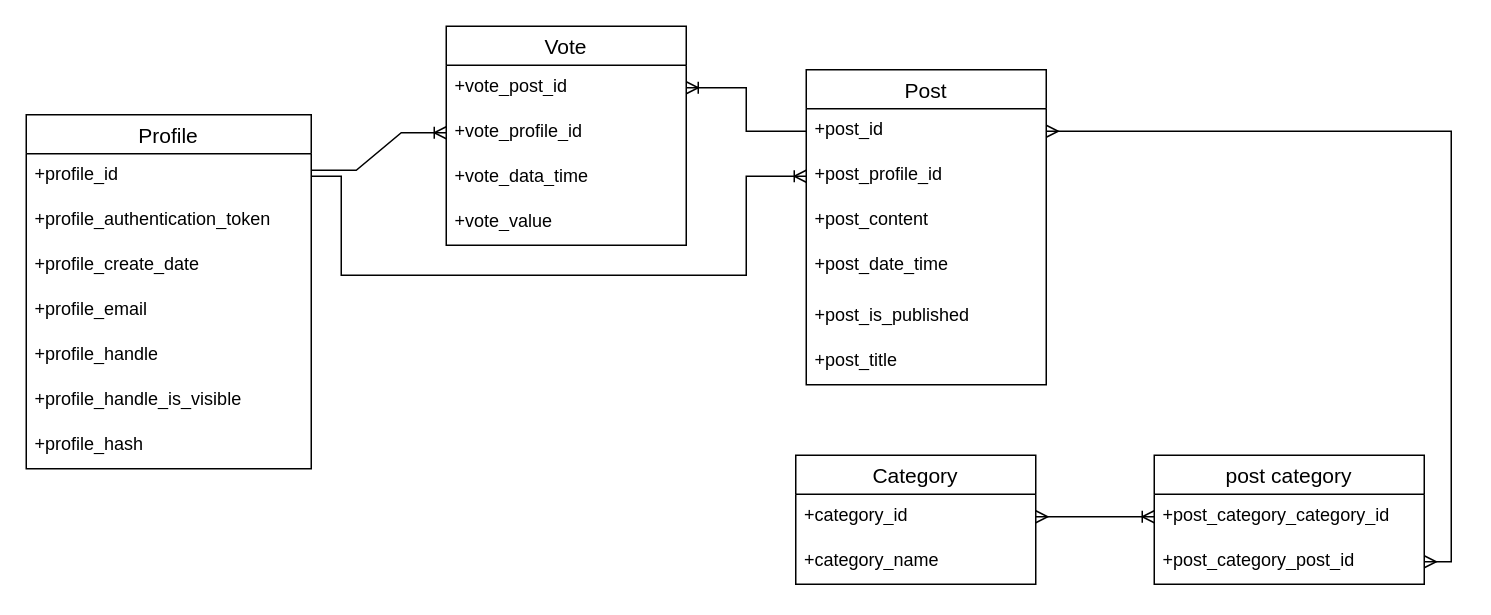
Before: Entity Relationship Diagram.drawio in dreamy-dream-team/dream-team, a draw.io diagram. Source tidied: cells renumbered, new cells numbered last; positions are measured from the earlier drawing's top-left corner, leaving out a move shared by most shapes. Both pictures are drawn from the tidied source at 150%, with x=0, y=0 at pixel (26, 26).
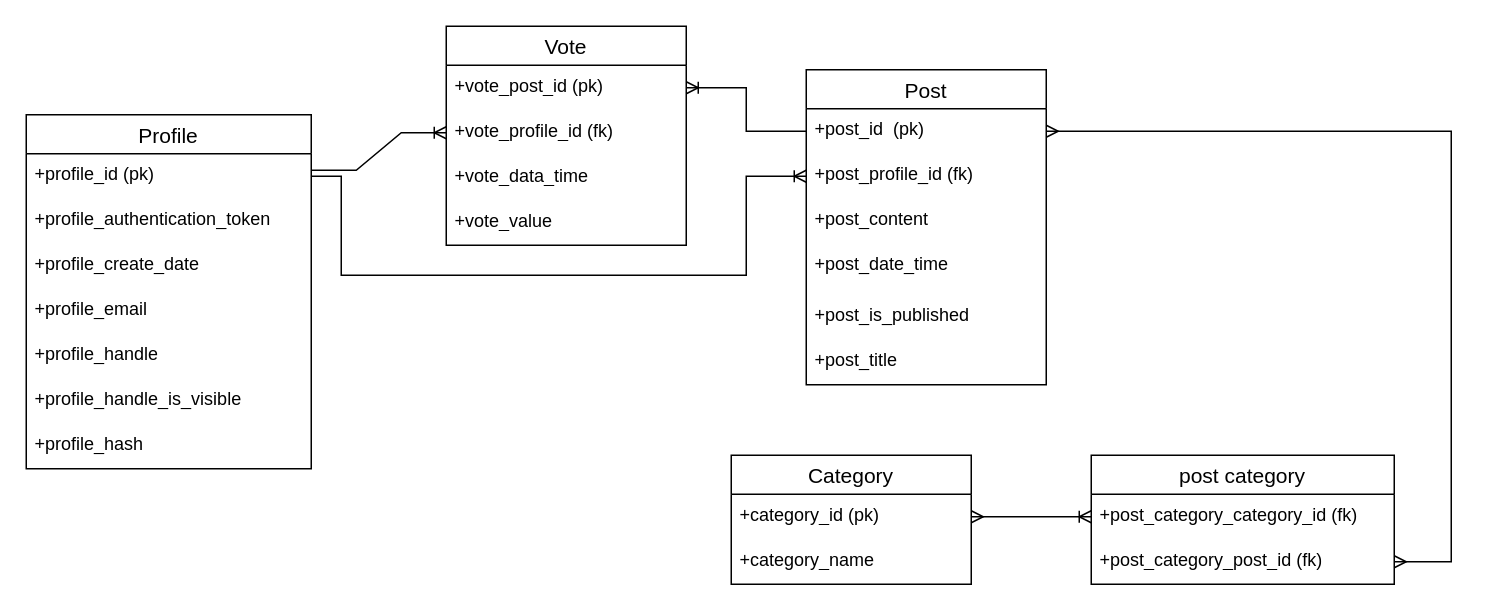
The same page after the edit.

The change refers to these unchanged cells:
```xml
<mxCell id="2" value="Post" style="swimlane;fontStyle=0;horizontal=1;startSize=26;align=center;fontSize=14;" parent="1" vertex="1">
  <mxGeometry x="520" y="29" width="160" height="210" as="geometry" />
</mxCell>
<mxCell id="9" value="Profile" style="swimlane;fontStyle=0;horizontal=1;startSize=26;align=center;fontSize=14;" parent="1" vertex="1">
  <mxGeometry y="59" width="190" height="236" as="geometry" />
</mxCell>
<mxCell id="17" value="Vote" style="swimlane;fontStyle=0;horizontal=1;startSize=26;align=center;fontSize=14;" parent="1" vertex="1">
  <mxGeometry x="280" width="160" height="146" as="geometry" />
</mxCell>
```

Diff of the diagram source:
```diff
@@
-    <mxCell id="3" value="+post_id&lt;span style=&quot;white-space: pre;&quot;&gt; &lt;/span&gt;" style="text;strokeColor=none;fillColor=none;spacingLeft=4;spacingRight=4;overflow=hidden;points=[[0,0.5],[1,0.5]];portConstraint=eastwest;fontSize=12;whiteSpace=wrap;html=1;" parent="2" vertex="1">
+    <mxCell id="3" value="+post_id&lt;span style=&quot;white-space: pre;&quot;&gt;  (pk)&lt;/span&gt;" style="text;strokeColor=none;fillColor=none;spacingLeft=4;spacingRight=4;overflow=hidden;points=[[0,0.5],[1,0.5]];portConstraint=eastwest;fontSize=12;whiteSpace=wrap;html=1;" parent="2" vertex="1">
       <mxGeometry y="26" width="160" height="30" as="geometry" />
     </mxCell>
-    <mxCell id="4" value="+post_profile_id" style="text;strokeColor=none;fillColor=none;spacingLeft=4;spacingRight=4;overflow=hidden;points=[[0,0.5],[1,0.5]];portConstraint=eastwest;fontSize=12;whiteSpace=wrap;html=1;" parent="2" vertex="1">
+    <mxCell id="4" value="+post_profile_id (fk)" style="text;strokeColor=none;fillColor=none;spacingLeft=4;spacingRight=4;overflow=hidden;points=[[0,0.5],[1,0.5]];portConstraint=eastwest;fontSize=12;whiteSpace=wrap;html=1;" parent="2" vertex="1">
       <mxGeometry y="56" width="160" height="30" as="geometry" />
     </mxCell>
@@
-    <mxCell id="10" value="+profile_id" style="text;strokeColor=none;fillColor=none;spacingLeft=4;spacingRight=4;overflow=hidden;points=[[0,0.5],[1,0.5]];portConstraint=eastwest;fontSize=12;whiteSpace=wrap;html=1;" parent="9" vertex="1">
+    <mxCell id="10" value="+profile_id (pk)" style="text;strokeColor=none;fillColor=none;spacingLeft=4;spacingRight=4;overflow=hidden;points=[[0,0.5],[1,0.5]];portConstraint=eastwest;fontSize=12;whiteSpace=wrap;html=1;" parent="9" vertex="1">
       <mxGeometry y="26" width="190" height="30" as="geometry" />
     </mxCell>
@@
-    <mxCell id="18" value="+vote_post_id" style="text;strokeColor=none;fillColor=none;spacingLeft=4;spacingRight=4;overflow=hidden;points=[[0,0.5],[1,0.5]];portConstraint=eastwest;fontSize=12;whiteSpace=wrap;html=1;" parent="17" vertex="1">
+    <mxCell id="18" value="+vote_post_id (pk)" style="text;strokeColor=none;fillColor=none;spacingLeft=4;spacingRight=4;overflow=hidden;points=[[0,0.5],[1,0.5]];portConstraint=eastwest;fontSize=12;whiteSpace=wrap;html=1;" parent="17" vertex="1">
       <mxGeometry y="26" width="160" height="30" as="geometry" />
     </mxCell>
-    <mxCell id="19" value="+vote_profile_id" style="text;strokeColor=none;fillColor=none;spacingLeft=4;spacingRight=4;overflow=hidden;points=[[0,0.5],[1,0.5]];portConstraint=eastwest;fontSize=12;whiteSpace=wrap;html=1;" parent="17" vertex="1">
+    <mxCell id="19" value="+vote_profile_id (fk)" style="text;strokeColor=none;fillColor=none;spacingLeft=4;spacingRight=4;overflow=hidden;points=[[0,0.5],[1,0.5]];portConstraint=eastwest;fontSize=12;whiteSpace=wrap;html=1;" parent="17" vertex="1">
       <mxGeometry y="56" width="160" height="30" as="geometry" />
     </mxCell>
@@
     <mxCell id="22" value="post category" style="swimlane;fontStyle=0;horizontal=1;startSize=26;align=center;fontSize=14;" parent="1" vertex="1">
-      <mxGeometry x="752" y="286" width="180" height="86" as="geometry" />
+      <mxGeometry x="710" y="286" width="202" height="86" as="geometry" />
     </mxCell>
-    <mxCell id="23" value="+post_category_category_id" style="text;strokeColor=none;fillColor=none;spacingLeft=4;spacingRight=4;overflow=hidden;points=[[0,0.5],[1,0.5]];portConstraint=eastwest;fontSize=12;whiteSpace=wrap;html=1;" parent="22" vertex="1">
-      <mxGeometry y="26" width="180" height="30" as="geometry" />
+    <mxCell id="23" value="+post_category_category_id (fk)" style="text;strokeColor=none;fillColor=none;spacingLeft=4;spacingRight=4;overflow=hidden;points=[[0,0.5],[1,0.5]];portConstraint=eastwest;fontSize=12;whiteSpace=wrap;html=1;" parent="22" vertex="1">
+      <mxGeometry y="26" width="202" height="30" as="geometry" />
     </mxCell>
-    <mxCell id="24" value="+post_category_post_id" style="text;strokeColor=none;fillColor=none;spacingLeft=4;spacingRight=4;overflow=hidden;points=[[0,0.5],[1,0.5]];portConstraint=eastwest;fontSize=12;whiteSpace=wrap;html=1;" parent="22" vertex="1">
-      <mxGeometry y="56" width="180" height="30" as="geometry" />
+    <mxCell id="24" value="+post_category_post_id (fk)" style="text;strokeColor=none;fillColor=none;spacingLeft=4;spacingRight=4;overflow=hidden;points=[[0,0.5],[1,0.5]];portConstraint=eastwest;fontSize=12;whiteSpace=wrap;html=1;" parent="22" vertex="1">
+      <mxGeometry y="56" width="202" height="30" as="geometry" />
     </mxCell>
     <mxCell id="25" value="Category" style="swimlane;fontStyle=0;horizontal=1;startSize=26;align=center;fontSize=14;" parent="1" vertex="1">
-      <mxGeometry x="513" y="286" width="160" height="86" as="geometry" />
+      <mxGeometry x="470" y="286" width="160" height="86" as="geometry" />
     </mxCell>
-    <mxCell id="26" value="+category_id" style="text;strokeColor=none;fillColor=none;spacingLeft=4;spacingRight=4;overflow=hidden;points=[[0,0.5],[1,0.5]];portConstraint=eastwest;fontSize=12;whiteSpace=wrap;html=1;" parent="25" vertex="1">
+    <mxCell id="26" value="+category_id (pk)" style="text;strokeColor=none;fillColor=none;spacingLeft=4;spacingRight=4;overflow=hidden;points=[[0,0.5],[1,0.5]];portConstraint=eastwest;fontSize=12;whiteSpace=wrap;html=1;" parent="25" vertex="1">
       <mxGeometry y="26" width="160" height="30" as="geometry" />
     </mxCell>
```
